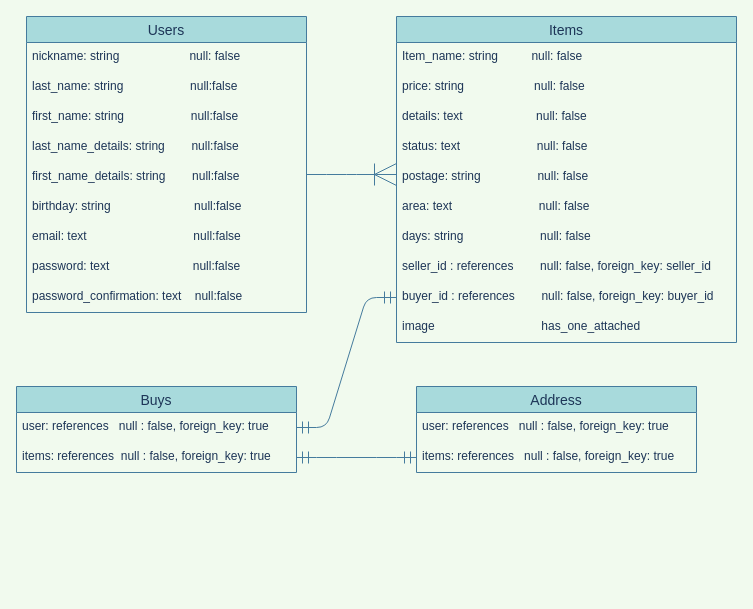
This is ER_furima.dio from murata3152/furima-35682, a draw.io file, before an edit. Source tidied: cells renumbered, new cells numbered last; positions are measured from the earlier drawing's top-left corner, leaving out a move shared by most shapes. Both pictures are drawn from the tidied source at 100%, with x=0, y=0 at pixel (16, 16).
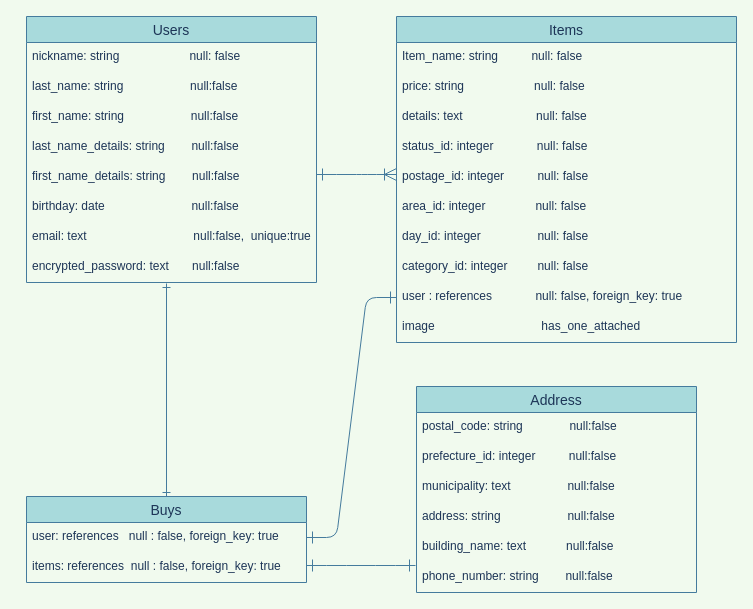
After the change.

The change refers to these unchanged cells:
```xml
<mxCell id="12" value="Items" style="swimlane;fontStyle=0;horizontal=1;startSize=26;align=center;fontSize=14;labelBackgroundColor=none;fillColor=#A8DADC;strokeColor=#457B9D;fontColor=#1D3557;" parent="1" vertex="1">
  <mxGeometry x="380" width="340" height="326" as="geometry" />
</mxCell>
<mxCell id="25" value="user: references   null : false, foreign_key: true" style="text;strokeColor=none;fillColor=none;spacingLeft=4;spacingRight=4;overflow=hidden;points=[[0,0.5],[1,0.5]];portConstraint=eastwest;fontSize=12;fontColor=#1D3557;" parent="24" vertex="1">
  <mxGeometry y="26" width="280" height="30" as="geometry" />
</mxCell>
<mxCell id="26" value="items: references  null : false, foreign_key: true" style="text;strokeColor=none;fillColor=none;spacingLeft=4;spacingRight=4;overflow=hidden;points=[[0,0.5],[1,0.5]];portConstraint=eastwest;fontSize=12;fontColor=#1D3557;" parent="24" vertex="1">
  <mxGeometry y="56" width="280" height="30" as="geometry" />
</mxCell>
```

Change to the diagram source:
```diff
@@
     <mxCell id="2" value="Users" style="swimlane;fontStyle=0;horizontal=1;startSize=26;align=center;fontSize=14;strokeColor=#457B9D;fillColor=#A8DADC;fontColor=#1D3557;" parent="1" vertex="1">
-      <mxGeometry x="10" width="280" height="296" as="geometry" />
+      <mxGeometry x="10" width="290" height="266" as="geometry" />
     </mxCell>
     <mxCell id="3" value="nickname: string                     null: false" style="text;strokeColor=none;fillColor=none;spacingLeft=4;spacingRight=4;overflow=hidden;fontSize=12;fontColor=#1D3557;" parent="2" vertex="1">
-      <mxGeometry y="26" width="280" height="30" as="geometry" />
+      <mxGeometry y="26" width="290" height="30" as="geometry" />
     </mxCell>
     <mxCell id="4" value="last_name: string                    null:false" style="text;strokeColor=none;fillColor=none;spacingLeft=4;spacingRight=4;overflow=hidden;fontSize=12;fontColor=#1D3557;" parent="2" vertex="1">
-      <mxGeometry y="56" width="280" height="30" as="geometry" />
+      <mxGeometry y="56" width="290" height="30" as="geometry" />
     </mxCell>
     <mxCell id="5" value="first_name: string                    null:false&#10;" style="text;strokeColor=none;fillColor=none;spacingLeft=4;spacingRight=4;overflow=hidden;fontSize=12;fontColor=#1D3557;" parent="2" vertex="1">
-      <mxGeometry y="86" width="280" height="30" as="geometry" />
+      <mxGeometry y="86" width="290" height="30" as="geometry" />
     </mxCell>
     <mxCell id="6" value="last_name_details: string        null:false&#10;" style="text;strokeColor=none;fillColor=none;spacingLeft=4;spacingRight=4;overflow=hidden;fontSize=12;fontColor=#1D3557;" parent="2" vertex="1">
-      <mxGeometry y="116" width="280" height="30" as="geometry" />
+      <mxGeometry y="116" width="290" height="30" as="geometry" />
     </mxCell>
     <mxCell id="7" value="first_name_details: string        null:false&#10;" style="text;strokeColor=none;fillColor=none;spacingLeft=4;spacingRight=4;overflow=hidden;fontSize=12;fontColor=#1D3557;" parent="2" vertex="1">
-      <mxGeometry y="146" width="280" height="30" as="geometry" />
+      <mxGeometry y="146" width="290" height="30" as="geometry" />
     </mxCell>
-    <mxCell id="8" value="birthday: string                         null:false&#10;" style="text;strokeColor=none;fillColor=none;spacingLeft=4;spacingRight=4;overflow=hidden;fontSize=12;fontColor=#1D3557;" parent="2" vertex="1">
-      <mxGeometry y="176" width="280" height="30" as="geometry" />
+    <mxCell id="8" value="birthday: date                          null:false&#10;" style="text;strokeColor=none;fillColor=none;spacingLeft=4;spacingRight=4;overflow=hidden;fontSize=12;fontColor=#1D3557;" parent="2" vertex="1">
+      <mxGeometry y="176" width="290" height="30" as="geometry" />
     </mxCell>
-    <mxCell id="9" value="email: text                                null:false&#10;" style="text;strokeColor=none;fillColor=none;spacingLeft=4;spacingRight=4;overflow=hidden;fontSize=12;fontColor=#1D3557;" parent="2" vertex="1">
-      <mxGeometry y="206" width="280" height="30" as="geometry" />
+    <mxCell id="9" value="email: text                                null:false,  unique:true&#10;" style="text;strokeColor=none;fillColor=none;spacingLeft=4;spacingRight=4;overflow=hidden;fontSize=12;fontColor=#1D3557;" parent="2" vertex="1">
+      <mxGeometry y="206" width="290" height="30" as="geometry" />
     </mxCell>
-    <mxCell id="10" value="password: text                         null:false&#10;" style="text;strokeColor=none;fillColor=none;spacingLeft=4;spacingRight=4;overflow=hidden;fontSize=12;fontColor=#1D3557;" parent="2" vertex="1">
-      <mxGeometry y="236" width="280" height="30" as="geometry" />
+    <mxCell id="10" value="encrypted_password: text       null:false&#10;" style="text;strokeColor=none;fillColor=none;spacingLeft=4;spacingRight=4;overflow=hidden;fontSize=12;fontColor=#1D3557;" parent="2" vertex="1">
+      <mxGeometry y="236" width="290" height="30" as="geometry" />
     </mxCell>
-    <mxCell id="11" value="password_confirmation: text    null:false&#10;" style="text;strokeColor=none;fillColor=none;spacingLeft=4;spacingRight=4;overflow=hidden;fontSize=12;fontColor=#1D3557;" parent="2" vertex="1">
-      <mxGeometry y="266" width="280" height="30" as="geometry" />
-    </mxCell>
@@
-    <mxCell id="16" value="status: text                       null: false" style="text;strokeColor=none;fillColor=none;spacingLeft=4;spacingRight=4;overflow=hidden;fontSize=12;labelBackgroundColor=none;labelBorderColor=none;fontColor=#1D3557;" parent="12" vertex="1">
+    <mxCell id="16" value="status_id: integer             null: false" style="text;strokeColor=none;fillColor=none;spacingLeft=4;spacingRight=4;overflow=hidden;fontSize=12;labelBackgroundColor=none;labelBorderColor=none;fontColor=#1D3557;" parent="12" vertex="1">
       <mxGeometry y="116" width="340" height="30" as="geometry" />
     </mxCell>
-    <mxCell id="17" value="postage: string                 null: false" style="text;strokeColor=none;fillColor=none;spacingLeft=4;spacingRight=4;overflow=hidden;fontSize=12;labelBackgroundColor=none;labelBorderColor=none;fontColor=#1D3557;" parent="12" vertex="1">
+    <mxCell id="17" value="postage_id: integer          null: false" style="text;strokeColor=none;fillColor=none;spacingLeft=4;spacingRight=4;overflow=hidden;fontSize=12;labelBackgroundColor=none;labelBorderColor=none;fontColor=#1D3557;" parent="12" vertex="1">
       <mxGeometry y="146" width="340" height="30" as="geometry" />
     </mxCell>
-    <mxCell id="18" value="area: text                          null: false" style="text;strokeColor=none;fillColor=none;spacingLeft=4;spacingRight=4;overflow=hidden;fontSize=12;labelBackgroundColor=none;labelBorderColor=none;fontColor=#1D3557;" parent="12" vertex="1">
+    <mxCell id="18" value="area_id: integer               null: false" style="text;strokeColor=none;fillColor=none;spacingLeft=4;spacingRight=4;overflow=hidden;fontSize=12;labelBackgroundColor=none;labelBorderColor=none;fontColor=#1D3557;" parent="12" vertex="1">
       <mxGeometry y="176" width="340" height="30" as="geometry" />
     </mxCell>
-    <mxCell id="19" value="days: string                       null: false" style="text;strokeColor=none;fillColor=none;spacingLeft=4;spacingRight=4;overflow=hidden;fontSize=12;labelBackgroundColor=none;labelBorderColor=none;fontColor=#1D3557;" parent="12" vertex="1">
+    <mxCell id="19" value="day_id: integer                 null: false" style="text;strokeColor=none;fillColor=none;spacingLeft=4;spacingRight=4;overflow=hidden;fontSize=12;labelBackgroundColor=none;labelBorderColor=none;fontColor=#1D3557;" parent="12" vertex="1">
       <mxGeometry y="206" width="340" height="30" as="geometry" />
     </mxCell>
+    <mxCell id="32" value="category_id: integer         null: false" style="text;strokeColor=none;fillColor=none;spacingLeft=4;spacingRight=4;overflow=hidden;fontSize=12;labelBackgroundColor=none;labelBorderColor=none;fontColor=#1D3557;" parent="12" vertex="1">
+      <mxGeometry y="236" width="340" height="30" as="geometry" />
+    </mxCell>
-    <mxCell id="20" value="seller_id : references        null: false, foreign_key: seller_id" style="text;strokeColor=none;fillColor=none;spacingLeft=4;spacingRight=4;overflow=hidden;fontSize=12;labelBackgroundColor=none;labelBorderColor=none;fontColor=#1D3557;" parent="12" vertex="1">
-      <mxGeometry y="236" width="340" height="30" as="geometry" />
+    <mxCell id="20" value="user : references             null: false, foreign_key: true" style="text;strokeColor=none;fillColor=none;spacingLeft=4;spacingRight=4;overflow=hidden;fontSize=12;labelBackgroundColor=none;labelBorderColor=none;fontColor=#1D3557;" parent="12" vertex="1">
+      <mxGeometry y="266" width="340" height="30" as="geometry" />
     </mxCell>
-    <mxCell id="21" value="buyer_id : references        null: false, foreign_key: buyer_id" style="text;strokeColor=none;fillColor=none;spacingLeft=4;spacingRight=4;overflow=hidden;points=[[0,0.5],[1,0.5]];portConstraint=eastwest;fontSize=12;labelBackgroundColor=none;labelBorderColor=none;fontColor=#1D3557;" parent="12" vertex="1">
-      <mxGeometry y="266" width="340" height="30" as="geometry" />
-    </mxCell>
@@
-    <mxCell id="23" style="edgeStyle=entityRelationEdgeStyle;fontSize=12;html=1;endArrow=ERoneToMany;entryX=0;entryY=0.5;entryDx=0;entryDy=0;endSize=20;sourcePerimeterSpacing=0;startSize=10;strokeColor=#457B9D;fontColor=#1D3557;labelBackgroundColor=#F1FAEE;" parent="1" edge="1">
+    <mxCell id="23" style="edgeStyle=entityRelationEdgeStyle;fontSize=12;html=1;endArrow=ERoneToMany;entryX=0;entryY=0.5;entryDx=0;entryDy=0;endSize=10;sourcePerimeterSpacing=0;startSize=10;strokeColor=#457B9D;fontColor=#1D3557;labelBackgroundColor=#F1FAEE;startArrow=ERone;startFill=0;" parent="1" edge="1">
       <mxGeometry relative="1" as="geometry">
-        <mxPoint x="290" y="158" as="sourcePoint" />
+        <mxPoint x="300" y="158" as="sourcePoint" />
         <mxPoint x="380" y="158" as="targetPoint" />
       </mxGeometry>
     </mxCell>
     <mxCell id="24" value="Buys" style="swimlane;fontStyle=0;horizontal=1;startSize=26;align=center;fontSize=14;fillColor=#A8DADC;strokeColor=#457B9D;fontColor=#1D3557;" parent="1" vertex="1">
-      <mxGeometry y="370" width="280" height="86" as="geometry" />
+      <mxGeometry x="10" y="480" width="280" height="86" as="geometry" />
     </mxCell>
@@
     <mxCell id="27" value="Address" style="swimlane;fontStyle=0;horizontal=1;startSize=26;align=center;fontSize=14;fillColor=#A8DADC;strokeColor=#457B9D;fontColor=#1D3557;" parent="1" vertex="1">
-      <mxGeometry x="400" y="370" width="280" height="86" as="geometry" />
+      <mxGeometry x="400" y="370" width="280" height="206" as="geometry" />
     </mxCell>
-    <mxCell id="28" value="user: references   null : false, foreign_key: true" style="text;strokeColor=none;fillColor=none;spacingLeft=4;spacingRight=4;overflow=hidden;fontSize=12;fontColor=#1D3557;" parent="27" vertex="1">
-      <mxGeometry y="26" width="280" height="30" as="geometry" />
-    </mxCell>
-    <mxCell id="29" value="items: references   null : false, foreign_key: true" style="text;strokeColor=none;fillColor=none;spacingLeft=4;spacingRight=4;overflow=hidden;points=[[0,0.5],[1,0.5]];portConstraint=eastwest;fontSize=12;fontColor=#1D3557;" parent="27" vertex="1">
-      <mxGeometry y="56" width="280" height="30" as="geometry" />
+    <mxCell id="29" value="postal_code: string              null:false" style="text;strokeColor=none;fillColor=none;spacingLeft=4;spacingRight=4;overflow=hidden;points=[[0,0.5],[1,0.5]];portConstraint=eastwest;fontSize=12;fontColor=#1D3557;" parent="27" vertex="1">
+      <mxGeometry y="26" width="280" height="30" as="geometry" />
     </mxCell>
+    <mxCell id="33" value="prefecture_id: integer          null:false" style="text;strokeColor=none;fillColor=none;spacingLeft=4;spacingRight=4;overflow=hidden;fontSize=12;fontColor=#1D3557;" parent="27" vertex="1">
+      <mxGeometry y="56" width="280" height="30" as="geometry" />
+    </mxCell>
+    <mxCell id="34" value="municipality: text                 null:false" style="text;strokeColor=none;fillColor=none;spacingLeft=4;spacingRight=4;overflow=hidden;fontSize=12;fontColor=#1D3557;" parent="27" vertex="1">
+      <mxGeometry y="86" width="280" height="30" as="geometry" />
+    </mxCell>
+    <mxCell id="35" value="address: string                    null:false" style="text;strokeColor=none;fillColor=none;spacingLeft=4;spacingRight=4;overflow=hidden;fontSize=12;fontColor=#1D3557;" parent="27" vertex="1">
+      <mxGeometry y="116" width="280" height="30" as="geometry" />
+    </mxCell>
+    <mxCell id="36" value="building_name: text            null:false" style="text;strokeColor=none;fillColor=none;spacingLeft=4;spacingRight=4;overflow=hidden;fontSize=12;fontColor=#1D3557;" parent="27" vertex="1">
+      <mxGeometry y="146" width="280" height="30" as="geometry" />
+    </mxCell>
+    <mxCell id="37" value="phone_number: string        null:false" style="text;strokeColor=none;fillColor=none;spacingLeft=4;spacingRight=4;overflow=hidden;fontSize=12;fontColor=#1D3557;" parent="27" vertex="1">
+      <mxGeometry y="176" width="280" height="30" as="geometry" />
+    </mxCell>
-    <mxCell id="30" style="edgeStyle=entityRelationEdgeStyle;fontSize=12;html=1;endArrow=ERmandOne;startArrow=ERmandOne;entryX=0;entryY=0.5;entryDx=0;entryDy=0;exitX=1;exitY=0.5;exitDx=0;exitDy=0;endSize=10;startSize=10;strokeColor=#457B9D;fontColor=#1D3557;labelBackgroundColor=#F1FAEE;" parent="1" edge="1" source="25" target="21">
-      <mxGeometry relative="1" as="geometry" />
+    <mxCell id="30" style="edgeStyle=entityRelationEdgeStyle;fontSize=12;html=1;endArrow=ERone;startArrow=ERone;entryX=0;entryY=0.5;entryDx=0;entryDy=0;exitX=1;exitY=0.5;exitDx=0;exitDy=0;endSize=10;startSize=10;strokeColor=#457B9D;fontColor=#1D3557;labelBackgroundColor=#F1FAEE;startFill=0;endFill=0;" parent="1" edge="1" source="25">
+      <mxGeometry relative="1" as="geometry">
+        <mxPoint x="380" y="281" as="targetPoint" />
+      </mxGeometry>
     </mxCell>
-    <mxCell id="31" style="edgeStyle=entityRelationEdgeStyle;fontSize=12;html=1;endArrow=ERmandOne;startArrow=ERmandOne;exitX=1;exitY=0.5;exitDx=0;exitDy=0;entryX=0;entryY=0.5;entryDx=0;entryDy=0;endSize=10;startSize=10;strokeColor=#457B9D;fontColor=#1D3557;labelBackgroundColor=#F1FAEE;" parent="1" edge="1" source="26" target="29">
-      <mxGeometry relative="1" as="geometry" />
+    <mxCell id="31" style="edgeStyle=entityRelationEdgeStyle;fontSize=12;html=1;endArrow=ERone;startArrow=ERone;endSize=10;startSize=10;strokeColor=#457B9D;fontColor=#1D3557;labelBackgroundColor=#F1FAEE;startFill=0;endFill=0;" parent="1" edge="1">
+      <mxGeometry relative="1" as="geometry">
+        <mxPoint x="290" y="549" as="sourcePoint" />
+        <mxPoint x="399" y="549" as="targetPoint" />
+      </mxGeometry>
     </mxCell>
+    <mxCell id="38" style="fontSize=12;html=1;endArrow=ERone;startArrow=ERone;strokeColor=#457B9D;fillColor=#A8DADC;exitX=0.5;exitY=0;exitDx=0;exitDy=0;startFill=0;endFill=0;" parent="1" edge="1" source="24">
+      <mxGeometry relative="1" as="geometry">
+        <mxPoint x="150" y="267" as="targetPoint" />
+      </mxGeometry>
+    </mxCell>
```
